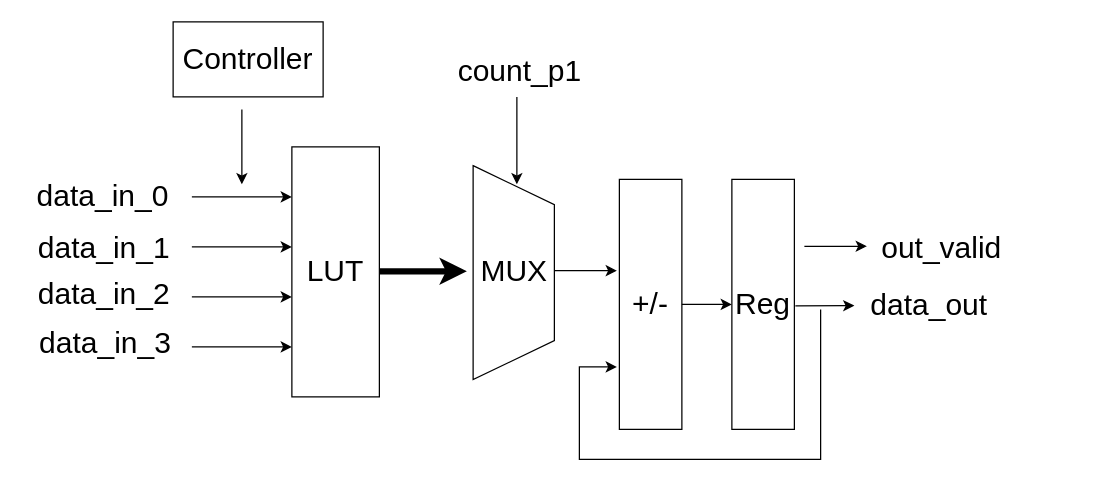
1102131860/ECE6276 keeps this draw.io diagram as Lab4/images/DA.drawio. Above is the earlier version. Source tidied: cells renumbered, new cells numbered last; positions are measured from the earlier drawing's top-left corner, leaving out a move shared by most shapes. Both pictures are drawn from the tidied source at 125%, with x=0, y=0 at pixel (21, 21).
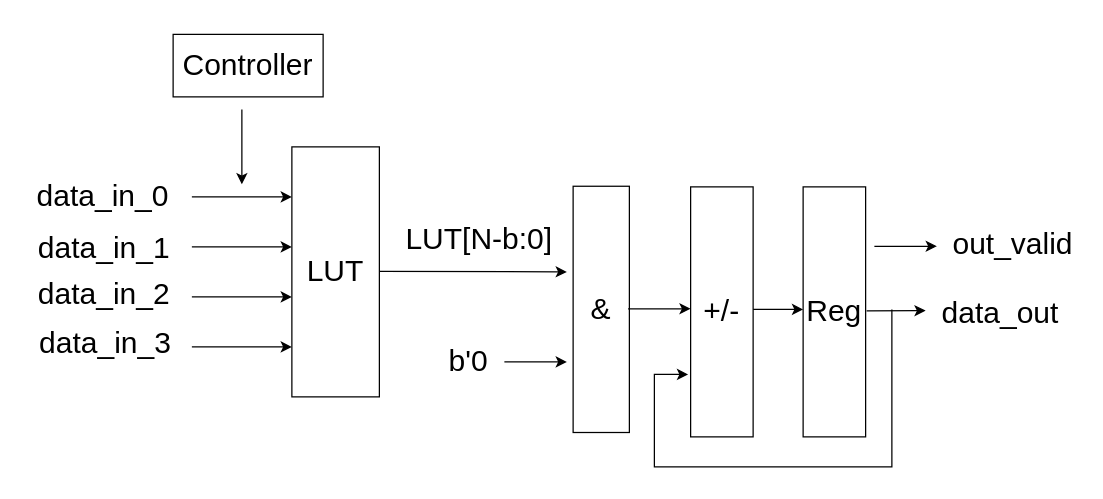
Above is the later version.

Diff of the diagram source:
```diff
@@
     <mxCell id="12" value="&lt;font style=&quot;font-size: 24px;&quot;&gt;Controller&lt;/font&gt;" style="rounded=0;whiteSpace=wrap;html=1;" parent="1" vertex="1">
-      <mxGeometry x="121" width="120" height="60" as="geometry" />
+      <mxGeometry x="121" y="10" width="120" height="50" as="geometry" />
     </mxCell>
-    <mxCell id="13" style="endArrow=classic;html=1;rounded=0;strokeWidth=5;" parent="1" edge="1">
+    <mxCell id="13" style="endArrow=classic;html=1;rounded=0;strokeWidth=1;" parent="1" edge="1">
       <mxGeometry relative="1" as="geometry">
         <mxPoint x="286" y="199.5" as="sourcePoint" />
-        <mxPoint x="356" y="199.5" as="targetPoint" />
+        <mxPoint x="436" y="200" as="targetPoint" />
       </mxGeometry>
     </mxCell>
-    <mxCell id="14" style="group;" parent="1" vertex="1">
-      <mxGeometry x="361" y="115" width="65" height="171.2" as="geometry" />
-    </mxCell>
-    <mxCell id="15" style="shape=trapezoid;perimeter=trapezoidPerimeter;whiteSpace=wrap;html=1;fixedSize=1;rotation=90;size=31.25;" parent="14" vertex="1">
-      <mxGeometry x="-53.1" y="53.1" width="171.2" height="65" as="geometry" />
-    </mxCell>
-    <mxCell id="16" value="&lt;font style=&quot;font-size: 24px;&quot;&gt;MUX&lt;/font&gt;" style="text;html=1;align=center;verticalAlign=middle;whiteSpace=wrap;rounded=0;" parent="14" vertex="1">
-      <mxGeometry x="2.7" y="70" width="60" height="30" as="geometry" />
-    </mxCell>
     <mxCell id="17" style="endArrow=classic;html=1;rounded=0;" parent="1" edge="1">
       <mxGeometry relative="1" as="geometry">
-        <mxPoint x="396" y="60" as="sourcePoint" />
-        <mxPoint x="396" y="130" as="targetPoint" />
+        <mxPoint x="386" y="272" as="sourcePoint" />
+        <mxPoint x="436" y="272" as="targetPoint" />
       </mxGeometry>
     </mxCell>
-    <mxCell id="18" value="&lt;font style=&quot;font-size: 24px;&quot;&gt;count_p1&lt;/font&gt;" style="text;html=1;align=center;verticalAlign=middle;whiteSpace=wrap;rounded=0;" parent="1" vertex="1">
-      <mxGeometry x="346" y="20" width="105" height="40" as="geometry" />
+    <mxCell id="18" value="&lt;font style=&quot;font-size: 24px;&quot;&gt;LUT[N-b:0]&lt;/font&gt;" style="text;html=1;align=center;verticalAlign=middle;whiteSpace=wrap;rounded=0;" parent="1" vertex="1">
+      <mxGeometry x="296" y="152" width="140" height="44" as="geometry" />
     </mxCell>
-    <mxCell id="19" style="endArrow=classic;html=1;rounded=0;" parent="1" edge="1">
-      <mxGeometry relative="1" as="geometry">
-        <mxPoint x="426" y="199" as="sourcePoint" />
-        <mxPoint x="476" y="199" as="targetPoint" />
-      </mxGeometry>
-    </mxCell>
     <mxCell id="20" value="&lt;font style=&quot;font-size: 24px;&quot;&gt;+/-&lt;/font&gt;" style="rounded=0;whiteSpace=wrap;html=1;" parent="1" vertex="1">
-      <mxGeometry x="478" y="126" width="50" height="200" as="geometry" />
+      <mxGeometry x="535" y="132" width="50" height="200" as="geometry" />
     </mxCell>
-    <mxCell id="21" style="endArrow=classic;html=1;rounded=0;exitX=1;exitY=0.5;exitDx=0;exitDy=0;" parent="1" edge="1" source="20">
+    <mxCell id="21" style="endArrow=classic;html=1;rounded=0;exitX=1;exitY=0.5;exitDx=0;exitDy=0;" parent="1" edge="1">
       <mxGeometry relative="1" as="geometry">
-        <mxPoint x="568" y="226" as="targetPoint" />
+        <mxPoint x="585" y="230" as="sourcePoint" />
+        <mxPoint x="625" y="230" as="targetPoint" />
       </mxGeometry>
     </mxCell>
     <mxCell id="22" value="&lt;font style=&quot;font-size: 24px;&quot;&gt;Reg&lt;/font&gt;" style="rounded=0;whiteSpace=wrap;html=1;" parent="1" vertex="1">
-      <mxGeometry x="568" y="126" width="50" height="200" as="geometry" />
+      <mxGeometry x="625" y="132" width="50" height="200" as="geometry" />
     </mxCell>
     <mxCell id="23" style="endArrow=classic;html=1;rounded=0;exitX=1.016;exitY=0.536;exitDx=0;exitDy=0;exitPerimeter=0;" parent="1" edge="1">
       <mxGeometry relative="1" as="geometry">
-        <mxPoint x="618.8" y="227.2" as="sourcePoint" />
-        <mxPoint x="666" y="227" as="targetPoint" />
+        <mxPoint x="675.8" y="231.2" as="sourcePoint" />
+        <mxPoint x="723" y="231" as="targetPoint" />
       </mxGeometry>
     </mxCell>
     <mxCell id="24" value="&lt;font style=&quot;font-size: 24px;&quot;&gt;data_out&lt;/font&gt;" style="text;html=1;align=center;verticalAlign=middle;whiteSpace=wrap;rounded=0;" parent="1" vertex="1">
-      <mxGeometry x="671" y="212" width="110" height="30" as="geometry" />
+      <mxGeometry x="728" y="218" width="110" height="30" as="geometry" />
     </mxCell>
     <mxCell id="25" style="endArrow=classic;html=1;rounded=0;" parent="1" edge="1">
       <mxGeometry relative="1" as="geometry">
-        <mxPoint x="626" y="179.5" as="sourcePoint" />
-        <mxPoint x="676" y="179.5" as="targetPoint" />
+        <mxPoint x="682" y="179.5" as="sourcePoint" />
+        <mxPoint x="732" y="179.5" as="targetPoint" />
       </mxGeometry>
     </mxCell>
     <mxCell id="26" value="&lt;font style=&quot;font-size: 24px;&quot;&gt;out_valid&lt;/font&gt;" style="text;html=1;align=center;verticalAlign=middle;whiteSpace=wrap;rounded=0;" parent="1" vertex="1">
-      <mxGeometry x="681" y="166" width="110" height="30" as="geometry" />
+      <mxGeometry x="738" y="163" width="110" height="30" as="geometry" />
     </mxCell>
     <mxCell id="27" style="endArrow=classic;html=1;rounded=0;edgeStyle=orthogonalEdgeStyle;" parent="1" edge="1">
       <mxGeometry relative="1" as="geometry">
-        <mxPoint x="639" y="230" as="sourcePoint" />
-        <mxPoint x="476" y="276" as="targetPoint" />
+        <mxPoint x="696" y="230" as="sourcePoint" />
+        <mxPoint x="533" y="282" as="targetPoint" />
         <Array as="points">
-          <mxPoint x="639" y="350" />
-          <mxPoint x="446" y="350" />
-          <mxPoint x="446" y="276" />
+          <mxPoint x="696" y="356" />
+          <mxPoint x="506" y="356" />
+          <mxPoint x="506" y="282" />
         </Array>
       </mxGeometry>
     </mxCell>
+    <mxCell id="28" value="&lt;font style=&quot;font-size: 24px;&quot;&gt;&amp;amp;&lt;/font&gt;" style="rounded=0;whiteSpace=wrap;html=1;" parent="1" vertex="1">
+      <mxGeometry x="441" y="131.5" width="45" height="197" as="geometry" />
+    </mxCell>
+    <mxCell id="29" value="&lt;font style=&quot;font-size: 24px;&quot;&gt;b'0&lt;/font&gt;" style="text;html=1;align=center;verticalAlign=middle;whiteSpace=wrap;rounded=0;" parent="1" vertex="1">
+      <mxGeometry x="333" y="256" width="49" height="32" as="geometry" />
+    </mxCell>
+    <mxCell id="30" style="endArrow=classic;html=1;rounded=0;" parent="1" edge="1">
+      <mxGeometry relative="1" as="geometry">
+        <mxPoint x="485" y="229.5" as="sourcePoint" />
+        <mxPoint x="535" y="229.5" as="targetPoint" />
+      </mxGeometry>
+    </mxCell>
```
